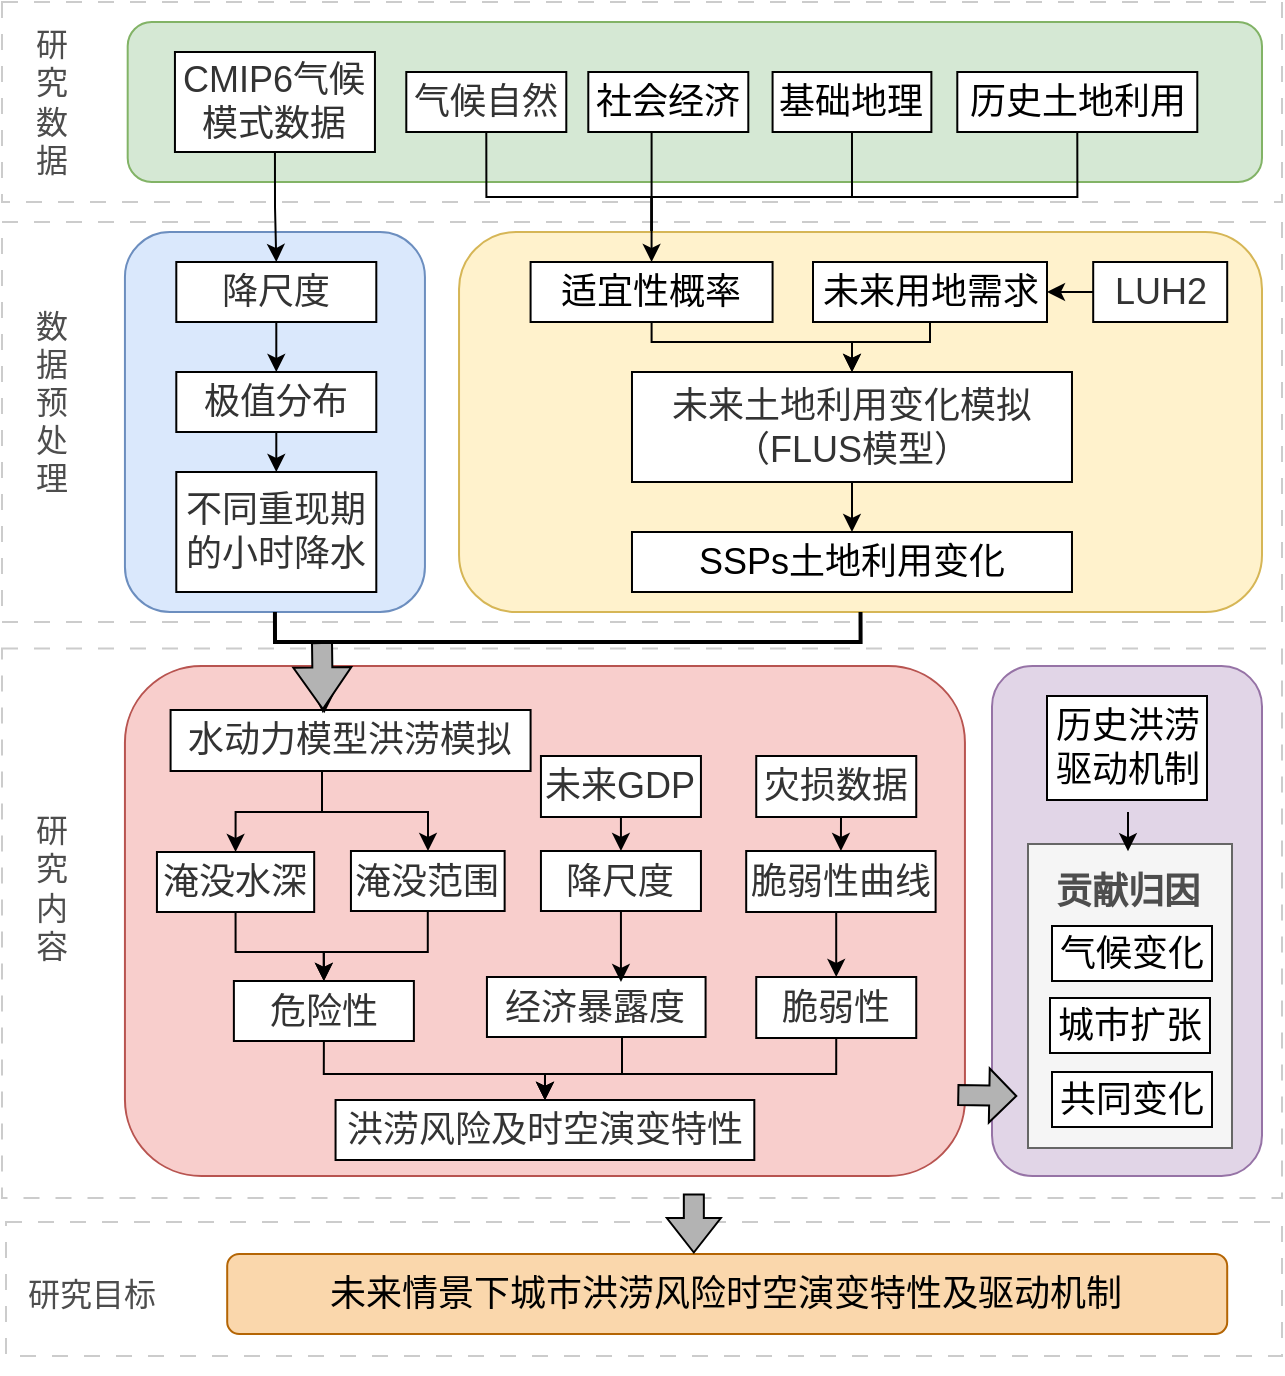
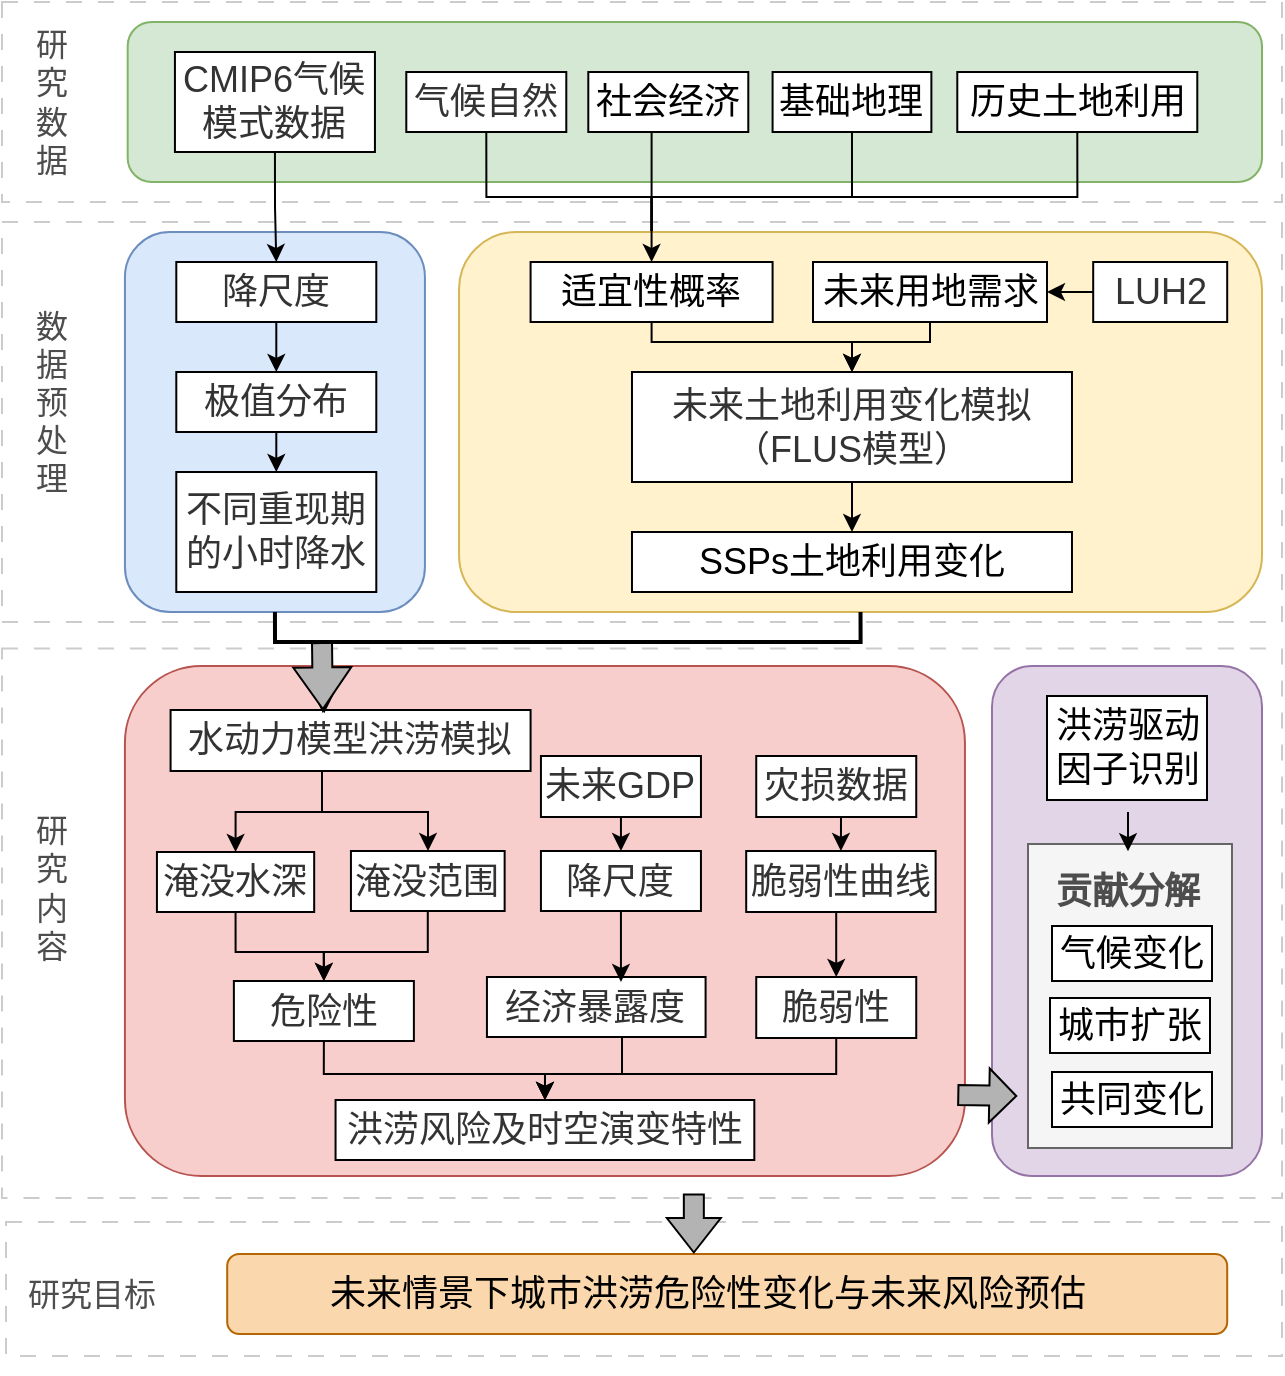
- <mxfile host="app.diagrams.net" agent="Mozilla/5.0 (Windows NT 10.0; Win64; x64) AppleWebKit/537.36 (KHTML, like Gecko) Chrome/149.0.0.0 Safari/537.36 Edg/149.0.0.0" version="29.2.9">
+ <mxfile host="app.diagrams.net" agent="Mozilla/5.0 (Windows NT 10.0; Win64; x64) AppleWebKit/537.36 (KHTML, like Gecko) Chrome/149.0.0.0 Safari/537.36 Edg/149.0.0.0">
  <diagram name="第 1 页" id="GIRBX1cZHoWsR3o6SZ2p">
-     <mxGraphModel dx="981" dy="850" grid="0" gridSize="10" guides="1" tooltips="1" connect="1" arrows="1" fold="1" page="1" pageScale="1" pageWidth="827" pageHeight="1169" math="0" shadow="0">
+     <mxGraphModel dx="652" dy="1014" grid="0" gridSize="10" guides="1" tooltips="1" connect="1" arrows="1" fold="1" page="1" pageScale="1" pageWidth="827" pageHeight="1169" math="0" shadow="0">
      <root>
        <mxCell id="0" />
        <mxCell id="1" parent="0" />
        <mxCell id="vKIhBbQLzx6cWCmgtxnz-135" parent="1" style="rounded=0;whiteSpace=wrap;html=1;dashed=1;dashPattern=8 8;strokeColor=#CCCCCC;" value="" vertex="1">
          <mxGeometry height="274.75" width="640" x="40" y="373.25" as="geometry" />
        </mxCell>
        <mxCell id="vKIhBbQLzx6cWCmgtxnz-133" parent="1" style="rounded=0;whiteSpace=wrap;html=1;dashed=1;dashPattern=8 8;strokeColor=#CCCCCC;" value="" vertex="1">
          <mxGeometry height="200" width="640" x="40" y="160" as="geometry" />
        </mxCell>
        <mxCell id="vKIhBbQLzx6cWCmgtxnz-128" parent="1" style="rounded=0;whiteSpace=wrap;html=1;dashed=1;dashPattern=8 8;strokeColor=#CCCCCC;" value="" vertex="1">
          <mxGeometry height="100" width="640" x="40" y="50" as="geometry" />
        </mxCell>
        <mxCell id="vKIhBbQLzx6cWCmgtxnz-93" parent="1" style="rounded=1;whiteSpace=wrap;html=1;fillColor=#f8cecc;strokeColor=#b85450;" value="" vertex="1">
          <mxGeometry height="255" width="420" x="101.47" y="382" as="geometry" />
        </mxCell>
        <mxCell id="vKIhBbQLzx6cWCmgtxnz-1" parent="1" style="rounded=1;whiteSpace=wrap;html=1;fontFamily=Helvetica;fontSize=18;verticalAlign=top;fillColor=#d5e8d4;strokeColor=#82b366;" value="" vertex="1">
          <mxGeometry height="80" width="567.16" x="102.84" y="60" as="geometry" />
        </mxCell>
        <mxCell id="vKIhBbQLzx6cWCmgtxnz-56" edge="1" parent="1" source="vKIhBbQLzx6cWCmgtxnz-2" style="edgeStyle=orthogonalEdgeStyle;rounded=0;orthogonalLoop=1;jettySize=auto;html=1;exitX=0.5;exitY=1;exitDx=0;exitDy=0;entryX=0.5;entryY=0;entryDx=0;entryDy=0;" target="vKIhBbQLzx6cWCmgtxnz-36">
          <mxGeometry relative="1" as="geometry" />
        </mxCell>
        <mxCell id="vKIhBbQLzx6cWCmgtxnz-2" parent="1" style="text;html=1;whiteSpace=wrap;align=center;verticalAlign=middle;rounded=0;fontSize=18;labelBorderColor=none;fillColor=default;strokeColor=default;" value="基础地理" vertex="1">
          <mxGeometry height="30" width="79.4" x="425.2900000000001" y="85" as="geometry" />
        </mxCell>
        <mxCell id="vKIhBbQLzx6cWCmgtxnz-3" parent="1" style="text;html=1;whiteSpace=wrap;align=center;verticalAlign=middle;rounded=0;fontSize=18;fillColor=#FFFFFF;fontColor=#333333;strokeColor=light-dark(#000000, #959595);" value="CMIP6气候模式数据" vertex="1">
          <mxGeometry height="50" width="100" x="126.47" y="75" as="geometry" />
        </mxCell>
        <mxCell id="vKIhBbQLzx6cWCmgtxnz-55" edge="1" parent="1" source="vKIhBbQLzx6cWCmgtxnz-5" style="edgeStyle=orthogonalEdgeStyle;rounded=0;orthogonalLoop=1;jettySize=auto;html=1;exitX=0.5;exitY=1;exitDx=0;exitDy=0;entryX=0.5;entryY=0;entryDx=0;entryDy=0;" target="vKIhBbQLzx6cWCmgtxnz-36">
          <mxGeometry relative="1" as="geometry">
            <Array as="points">
              <mxPoint x="365" y="115" />
            </Array>
          </mxGeometry>
        </mxCell>
        <mxCell id="vKIhBbQLzx6cWCmgtxnz-5" parent="1" style="text;html=1;whiteSpace=wrap;strokeColor=default;fillColor=default;align=center;verticalAlign=middle;rounded=0;fontSize=18;" value="社会经济" vertex="1">
          <mxGeometry height="30" width="80" x="333.15" y="85" as="geometry" />
        </mxCell>
        <mxCell id="vKIhBbQLzx6cWCmgtxnz-57" edge="1" parent="1" source="vKIhBbQLzx6cWCmgtxnz-6" style="edgeStyle=orthogonalEdgeStyle;rounded=0;orthogonalLoop=1;jettySize=auto;html=1;exitX=0.5;exitY=1;exitDx=0;exitDy=0;entryX=0.5;entryY=0;entryDx=0;entryDy=0;" target="vKIhBbQLzx6cWCmgtxnz-36">
          <mxGeometry relative="1" as="geometry" />
        </mxCell>
        <mxCell id="vKIhBbQLzx6cWCmgtxnz-6" parent="1" style="text;html=1;whiteSpace=wrap;strokeColor=default;fillColor=default;align=center;verticalAlign=middle;rounded=0;fontSize=18;" value="历史土地利用" vertex="1">
          <mxGeometry height="30" width="120" x="517.6500000000001" y="85" as="geometry" />
        </mxCell>
        <mxCell id="vKIhBbQLzx6cWCmgtxnz-17" parent="1" style="rounded=1;whiteSpace=wrap;html=1;fillColor=#dae8fc;strokeColor=#6c8ebf;" value="" vertex="1">
          <mxGeometry height="190" width="150" x="101.47" y="165" as="geometry" />
        </mxCell>
        <mxCell id="vKIhBbQLzx6cWCmgtxnz-23" edge="1" parent="1" source="vKIhBbQLzx6cWCmgtxnz-20" style="edgeStyle=orthogonalEdgeStyle;rounded=0;orthogonalLoop=1;jettySize=auto;html=1;exitX=0.5;exitY=1;exitDx=0;exitDy=0;entryX=0.5;entryY=0;entryDx=0;entryDy=0;" target="vKIhBbQLzx6cWCmgtxnz-21">
          <mxGeometry relative="1" as="geometry" />
        </mxCell>
        <mxCell id="vKIhBbQLzx6cWCmgtxnz-20" parent="1" style="text;html=1;whiteSpace=wrap;align=center;verticalAlign=middle;rounded=0;fontSize=18;fillColor=#FFFFFF;fontColor=#333333;strokeColor=light-dark(#000000, #959595);" value="降尺度" vertex="1">
          <mxGeometry height="30" width="100" x="127.15" y="180" as="geometry" />
        </mxCell>
        <mxCell id="vKIhBbQLzx6cWCmgtxnz-27" edge="1" parent="1" source="vKIhBbQLzx6cWCmgtxnz-21" style="edgeStyle=orthogonalEdgeStyle;rounded=0;orthogonalLoop=1;jettySize=auto;html=1;exitX=0.5;exitY=1;exitDx=0;exitDy=0;entryX=0.5;entryY=0;entryDx=0;entryDy=0;" target="vKIhBbQLzx6cWCmgtxnz-24">
          <mxGeometry relative="1" as="geometry" />
        </mxCell>
        <mxCell id="vKIhBbQLzx6cWCmgtxnz-21" parent="1" style="text;html=1;whiteSpace=wrap;align=center;verticalAlign=middle;rounded=0;fontSize=18;fillColor=#FFFFFF;fontColor=#333333;strokeColor=light-dark(#000000, #959595);" value="极值分布" vertex="1">
          <mxGeometry height="30" width="100" x="127.15" y="235" as="geometry" />
        </mxCell>
        <mxCell id="vKIhBbQLzx6cWCmgtxnz-24" parent="1" style="text;html=1;whiteSpace=wrap;align=center;verticalAlign=middle;rounded=0;fontSize=18;fillColor=#FFFFFF;fontColor=#333333;strokeColor=light-dark(#000000, #959595);" value="不同重现期的小时降水" vertex="1">
          <mxGeometry height="60" width="100" x="127.15" y="285" as="geometry" />
        </mxCell>
        <mxCell id="vKIhBbQLzx6cWCmgtxnz-29" edge="1" parent="1" source="vKIhBbQLzx6cWCmgtxnz-3" style="edgeStyle=orthogonalEdgeStyle;rounded=0;orthogonalLoop=1;jettySize=auto;html=1;exitX=0.5;exitY=1;exitDx=0;exitDy=0;entryX=0.5;entryY=0;entryDx=0;entryDy=0;" target="vKIhBbQLzx6cWCmgtxnz-20">
          <mxGeometry relative="1" as="geometry" />
        </mxCell>
        <mxCell id="vKIhBbQLzx6cWCmgtxnz-30" parent="1" style="rounded=1;whiteSpace=wrap;html=1;fillColor=#fff2cc;strokeColor=#d6b656;" value="" vertex="1">
          <mxGeometry height="190" width="401.48" x="268.52" y="165" as="geometry" />
        </mxCell>
        <mxCell id="vKIhBbQLzx6cWCmgtxnz-49" edge="1" parent="1" source="vKIhBbQLzx6cWCmgtxnz-33" style="edgeStyle=orthogonalEdgeStyle;rounded=0;orthogonalLoop=1;jettySize=auto;html=1;exitX=0.5;exitY=1;exitDx=0;exitDy=0;entryX=0.5;entryY=0;entryDx=0;entryDy=0;" target="vKIhBbQLzx6cWCmgtxnz-46">
          <mxGeometry relative="1" as="geometry" />
        </mxCell>
        <mxCell id="vKIhBbQLzx6cWCmgtxnz-33" parent="1" style="text;html=1;whiteSpace=wrap;align=center;verticalAlign=middle;rounded=0;fontSize=18;fillColor=default;fontColor=#333333;strokeColor=default;" value="未来土地利用变化模拟（FLUS模型）" vertex="1">
          <mxGeometry height="55" width="220" x="354.99" y="235" as="geometry" />
        </mxCell>
        <mxCell id="vKIhBbQLzx6cWCmgtxnz-45" edge="1" parent="1" source="vKIhBbQLzx6cWCmgtxnz-36" style="edgeStyle=orthogonalEdgeStyle;rounded=0;orthogonalLoop=1;jettySize=auto;html=1;" target="vKIhBbQLzx6cWCmgtxnz-33" value="">
          <mxGeometry relative="1" as="geometry">
            <Array as="points">
              <mxPoint x="365" y="220" />
              <mxPoint x="465" y="220" />
            </Array>
          </mxGeometry>
        </mxCell>
        <mxCell id="vKIhBbQLzx6cWCmgtxnz-36" parent="1" style="text;html=1;whiteSpace=wrap;strokeColor=default;fillColor=default;align=center;verticalAlign=middle;rounded=0;fontSize=18;" value="适宜性概率" vertex="1">
          <mxGeometry height="30" width="121" x="304.28999999999996" y="180" as="geometry" />
        </mxCell>
        <mxCell id="vKIhBbQLzx6cWCmgtxnz-46" parent="1" style="text;html=1;whiteSpace=wrap;strokeColor=default;fillColor=default;align=center;verticalAlign=middle;rounded=0;fontSize=18;" value="SSPs土地利用变化" vertex="1">
          <mxGeometry height="30" width="220" x="354.99" y="315" as="geometry" />
        </mxCell>
        <mxCell id="vKIhBbQLzx6cWCmgtxnz-76" edge="1" parent="1" source="vKIhBbQLzx6cWCmgtxnz-50" style="edgeStyle=orthogonalEdgeStyle;rounded=0;orthogonalLoop=1;jettySize=auto;html=1;exitX=0.5;exitY=1;exitDx=0;exitDy=0;" target="vKIhBbQLzx6cWCmgtxnz-66">
          <mxGeometry relative="1" as="geometry">
            <Array as="points">
              <mxPoint x="200" y="435" />
              <mxPoint x="200" y="455" />
              <mxPoint x="253" y="455" />
            </Array>
          </mxGeometry>
        </mxCell>
        <mxCell id="XN7FujfKjPppIGsXKuBH-62" edge="1" parent="1" source="vKIhBbQLzx6cWCmgtxnz-50" style="edgeStyle=orthogonalEdgeStyle;rounded=0;orthogonalLoop=1;jettySize=auto;html=1;exitX=0.5;exitY=1;exitDx=0;exitDy=0;entryX=0.5;entryY=0;entryDx=0;entryDy=0;" target="vKIhBbQLzx6cWCmgtxnz-65">
          <mxGeometry relative="1" as="geometry">
            <Array as="points">
              <mxPoint x="200" y="435" />
              <mxPoint x="200" y="455" />
              <mxPoint x="157" y="455" />
            </Array>
          </mxGeometry>
        </mxCell>
        <mxCell id="vKIhBbQLzx6cWCmgtxnz-50" parent="1" style="text;html=1;whiteSpace=wrap;align=center;verticalAlign=middle;rounded=0;fontSize=18;fillColor=#FFFFFF;fontColor=#333333;strokeColor=light-dark(#000000, #959595);" value="水动力模型洪涝模拟" vertex="1">
          <mxGeometry height="30.5" width="180" x="124.29" y="404" as="geometry" />
        </mxCell>
        <mxCell id="vKIhBbQLzx6cWCmgtxnz-54" edge="1" parent="1" source="vKIhBbQLzx6cWCmgtxnz-4" style="edgeStyle=orthogonalEdgeStyle;rounded=0;orthogonalLoop=1;jettySize=auto;html=1;exitX=0.5;exitY=1;exitDx=0;exitDy=0;entryX=0.5;entryY=0;entryDx=0;entryDy=0;" target="vKIhBbQLzx6cWCmgtxnz-36">
          <mxGeometry relative="1" as="geometry" />
        </mxCell>
        <mxCell id="vKIhBbQLzx6cWCmgtxnz-4" parent="1" style="text;html=1;whiteSpace=wrap;align=center;verticalAlign=middle;rounded=0;fontSize=18;fillColor=default;fontColor=#333333;strokeColor=default;" value="气候自然" vertex="1">
          <mxGeometry height="30" width="80" x="242.15" y="85" as="geometry" />
        </mxCell>
        <mxCell id="XN7FujfKjPppIGsXKuBH-40" edge="1" parent="1" source="vKIhBbQLzx6cWCmgtxnz-61" style="edgeStyle=orthogonalEdgeStyle;rounded=0;orthogonalLoop=1;jettySize=auto;html=1;exitX=0.5;exitY=1;exitDx=0;exitDy=0;entryX=0.5;entryY=0;entryDx=0;entryDy=0;" target="vKIhBbQLzx6cWCmgtxnz-64">
          <mxGeometry relative="1" as="geometry">
            <Array as="points">
              <mxPoint x="201" y="586" />
              <mxPoint x="312" y="586" />
            </Array>
          </mxGeometry>
        </mxCell>
        <mxCell id="vKIhBbQLzx6cWCmgtxnz-61" parent="1" style="text;html=1;whiteSpace=wrap;align=center;verticalAlign=middle;rounded=0;fontSize=18;fillColor=#FFFFFF;fontColor=#333333;strokeColor=light-dark(#000000, #959595);" value="危险性" vertex="1">
          <mxGeometry height="30" width="90" x="155.94" y="539.5" as="geometry" />
        </mxCell>
        <mxCell id="XN7FujfKjPppIGsXKuBH-45" edge="1" parent="1" source="vKIhBbQLzx6cWCmgtxnz-63" style="edgeStyle=orthogonalEdgeStyle;rounded=0;orthogonalLoop=1;jettySize=auto;html=1;exitX=0.5;exitY=1;exitDx=0;exitDy=0;entryX=0.5;entryY=0;entryDx=0;entryDy=0;" target="vKIhBbQLzx6cWCmgtxnz-64">
          <mxGeometry relative="1" as="geometry">
            <Array as="points">
              <mxPoint x="350" y="568" />
              <mxPoint x="350" y="586" />
              <mxPoint x="312" y="586" />
            </Array>
          </mxGeometry>
        </mxCell>
        <mxCell id="vKIhBbQLzx6cWCmgtxnz-63" parent="1" style="text;html=1;whiteSpace=wrap;align=center;verticalAlign=middle;rounded=0;fontSize=18;fillColor=#FFFFFF;fontColor=#333333;strokeColor=light-dark(#000000, #959595);" value="经济暴露度" vertex="1">
          <mxGeometry height="30" width="109.32" x="282.4700000000001" y="537.5" as="geometry" />
        </mxCell>
        <mxCell id="vKIhBbQLzx6cWCmgtxnz-64" parent="1" style="text;html=1;whiteSpace=wrap;align=center;verticalAlign=middle;rounded=0;fontSize=18;fillColor=#FFFFFF;fontColor=#333333;strokeColor=light-dark(#000000, #959595);" value="洪涝风险及时空演变特性" vertex="1">
          <mxGeometry height="30" width="209.38" x="206.78" y="599" as="geometry" />
        </mxCell>
        <mxCell id="vKIhBbQLzx6cWCmgtxnz-100" edge="1" parent="1" source="vKIhBbQLzx6cWCmgtxnz-65" style="edgeStyle=orthogonalEdgeStyle;rounded=0;orthogonalLoop=1;jettySize=auto;html=1;exitX=0.5;exitY=1;exitDx=0;exitDy=0;entryX=0.5;entryY=0;entryDx=0;entryDy=0;" target="vKIhBbQLzx6cWCmgtxnz-61">
          <mxGeometry relative="1" as="geometry" />
        </mxCell>
        <mxCell id="vKIhBbQLzx6cWCmgtxnz-65" parent="1" style="text;html=1;whiteSpace=wrap;align=center;verticalAlign=middle;rounded=0;fontSize=18;fillColor=#FFFFFF;fontColor=#333333;strokeColor=light-dark(#000000, #959595);" value="淹没水深" vertex="1">
          <mxGeometry height="30" width="78.62" x="117.47" y="475" as="geometry" />
        </mxCell>
        <mxCell id="XN7FujfKjPppIGsXKuBH-14" edge="1" parent="1" source="vKIhBbQLzx6cWCmgtxnz-66" style="edgeStyle=orthogonalEdgeStyle;rounded=0;orthogonalLoop=1;jettySize=auto;html=1;exitX=0.5;exitY=1;exitDx=0;exitDy=0;entryX=0.5;entryY=0;entryDx=0;entryDy=0;" target="vKIhBbQLzx6cWCmgtxnz-61">
          <mxGeometry relative="1" as="geometry">
            <Array as="points">
              <mxPoint x="253" y="525" />
              <mxPoint x="201" y="525" />
            </Array>
          </mxGeometry>
        </mxCell>
        <mxCell id="vKIhBbQLzx6cWCmgtxnz-66" parent="1" style="text;html=1;whiteSpace=wrap;align=center;verticalAlign=middle;rounded=0;fontSize=18;fillColor=#FFFFFF;fontColor=#333333;strokeColor=light-dark(#000000, #959595);" value="淹没范围" vertex="1">
          <mxGeometry height="30" width="76.85" x="214.47000000000003" y="474.5" as="geometry" />
        </mxCell>
        <mxCell id="vKIhBbQLzx6cWCmgtxnz-105" parent="1" style="rounded=1;whiteSpace=wrap;html=1;fillColor=#e1d5e7;strokeColor=#9673a6;" value="" vertex="1">
          <mxGeometry height="255" width="135" x="535" y="382" as="geometry" />
        </mxCell>
        <mxCell id="vKIhBbQLzx6cWCmgtxnz-116" parent="1" style="text;html=1;whiteSpace=wrap;strokeColor=#666666;fillColor=#f5f5f5;align=center;verticalAlign=middle;rounded=0;fontSize=18;fontColor=#333333;labelPosition=center;verticalLabelPosition=middle;" value="" vertex="1">
          <mxGeometry height="152" width="102" x="553" y="471" as="geometry" />
        </mxCell>
        <mxCell id="vKIhBbQLzx6cWCmgtxnz-120" edge="1" parent="1" style="shape=flexArrow;endArrow=classic;html=1;rounded=0;endWidth=16;endSize=4.17;fillColor=#B3B3B3;" value="">
          <mxGeometry height="50" relative="1" width="50" as="geometry">
            <mxPoint x="517.65" y="596.5" as="sourcePoint" />
            <mxPoint x="547.65" y="597" as="targetPoint" />
          </mxGeometry>
        </mxCell>
        <mxCell id="vKIhBbQLzx6cWCmgtxnz-131" parent="1" style="text;html=1;whiteSpace=wrap;strokeColor=none;fillColor=none;align=center;verticalAlign=middle;rounded=0;fontSize=16;fontColor=#4D4D4D;" value="研究数据" vertex="1">
          <mxGeometry height="80" width="30" x="50" y="60" as="geometry" />
        </mxCell>
        <mxCell id="vKIhBbQLzx6cWCmgtxnz-134" parent="1" style="text;html=1;whiteSpace=wrap;strokeColor=none;fillColor=none;align=center;verticalAlign=middle;rounded=0;fontSize=16;fontColor=#4D4D4D;" value="数据预处理" vertex="1">
          <mxGeometry height="80" width="30" x="50" y="210" as="geometry" />
        </mxCell>
        <mxCell id="vKIhBbQLzx6cWCmgtxnz-136" parent="1" style="text;html=1;whiteSpace=wrap;strokeColor=none;fillColor=none;align=center;verticalAlign=middle;rounded=0;fontSize=16;fontColor=#4D4D4D;" value="研究内容" vertex="1">
          <mxGeometry height="80" width="30" x="50" y="452.5" as="geometry" />
        </mxCell>
        <mxCell id="vKIhBbQLzx6cWCmgtxnz-139" parent="1" style="rounded=0;whiteSpace=wrap;html=1;dashed=1;dashPattern=8 8;strokeColor=#CCCCCC;" value="" vertex="1">
          <mxGeometry height="67" width="638" x="42" y="660" as="geometry" />
        </mxCell>
        <mxCell id="vKIhBbQLzx6cWCmgtxnz-140" parent="1" style="text;html=1;whiteSpace=wrap;strokeColor=none;fillColor=none;align=center;verticalAlign=middle;rounded=0;fontSize=16;fontColor=#4D4D4D;" value="研究目标" vertex="1">
          <mxGeometry height="80" width="70" x="50" y="656" as="geometry" />
        </mxCell>
        <mxCell id="vKIhBbQLzx6cWCmgtxnz-141" parent="1" style="rounded=1;whiteSpace=wrap;html=1;fillColor=#fad7ac;strokeColor=#b46504;" value="" vertex="1">
          <mxGeometry height="40" width="500" x="152.6" y="676" as="geometry" />
        </mxCell>
-         <mxCell id="vKIhBbQLzx6cWCmgtxnz-142" parent="1" style="text;whiteSpace=wrap;html=1;fillColor=none;fontColor=default;labelBackgroundColor=none;" value="&lt;div style=&quot;text-align: center;&quot;&gt;&lt;span style=&quot;font-size: 18px;&quot;&gt;未来情景下城市洪涝风险时空演变特性及驱动机制&lt;/span&gt;&lt;/div&gt;&lt;div style=&quot;text-align: center;&quot;&gt;&lt;br&gt;&lt;/div&gt;" vertex="1">
+         <mxCell id="vKIhBbQLzx6cWCmgtxnz-142" parent="1" style="text;whiteSpace=wrap;html=1;fillColor=none;fontColor=default;labelBackgroundColor=none;" value="&lt;div style=&quot;text-align: center;&quot;&gt;&lt;span style=&quot;font-size: 18px;&quot;&gt;未来情景下城市洪涝&lt;/span&gt;&lt;span style=&quot;background-color: transparent; text-align: left; font-size: 18px;&quot;&gt;危险性变化与未来风险预估&lt;/span&gt;&lt;/div&gt;&lt;div style=&quot;text-align: center;&quot;&gt;&lt;br&gt;&lt;/div&gt;" vertex="1">
          <mxGeometry height="35" width="401.2" x="202" y="678.5" as="geometry" />
        </mxCell>
        <mxCell id="XN7FujfKjPppIGsXKuBH-5" edge="1" parent="1" source="oG1HEA1CnQstEO-4h2Ap-2" style="edgeStyle=orthogonalEdgeStyle;rounded=0;orthogonalLoop=1;jettySize=auto;html=1;exitX=0.5;exitY=1;exitDx=0;exitDy=0;entryX=0.5;entryY=0;entryDx=0;entryDy=0;" target="XN7FujfKjPppIGsXKuBH-1">
          <mxGeometry relative="1" as="geometry" />
        </mxCell>
        <mxCell id="oG1HEA1CnQstEO-4h2Ap-2" parent="1" style="text;html=1;whiteSpace=wrap;align=center;verticalAlign=middle;rounded=0;fontSize=18;fillColor=#FFFFFF;fontColor=#333333;strokeColor=light-dark(#000000, #959595);" value="未来GDP" vertex="1">
          <mxGeometry height="30.5" width="80" x="309.47" y="427" as="geometry" />
        </mxCell>
        <mxCell id="XN7FujfKjPppIGsXKuBH-1" parent="1" style="text;html=1;whiteSpace=wrap;align=center;verticalAlign=middle;rounded=0;fontSize=18;fillColor=#FFFFFF;fontColor=#333333;strokeColor=light-dark(#000000, #959595);" value="降尺度" vertex="1">
          <mxGeometry height="30" width="80" x="309.47" y="474.5" as="geometry" />
        </mxCell>
        <mxCell id="XN7FujfKjPppIGsXKuBH-9" edge="1" parent="1" source="XN7FujfKjPppIGsXKuBH-1" style="edgeStyle=orthogonalEdgeStyle;rounded=0;orthogonalLoop=1;jettySize=auto;html=1;exitX=0.5;exitY=1;exitDx=0;exitDy=0;entryX=0.613;entryY=0.083;entryDx=0;entryDy=0;entryPerimeter=0;" target="vKIhBbQLzx6cWCmgtxnz-63">
          <mxGeometry relative="1" as="geometry" />
        </mxCell>
        <mxCell id="XN7FujfKjPppIGsXKuBH-44" edge="1" parent="1" source="XN7FujfKjPppIGsXKuBH-10" style="edgeStyle=orthogonalEdgeStyle;rounded=0;orthogonalLoop=1;jettySize=auto;html=1;exitX=0.5;exitY=1;exitDx=0;exitDy=0;entryX=0.5;entryY=0;entryDx=0;entryDy=0;" target="vKIhBbQLzx6cWCmgtxnz-64">
          <mxGeometry relative="1" as="geometry">
            <Array as="points">
              <mxPoint x="457" y="586" />
              <mxPoint x="312" y="586" />
            </Array>
          </mxGeometry>
        </mxCell>
        <mxCell id="XN7FujfKjPppIGsXKuBH-10" parent="1" style="text;html=1;whiteSpace=wrap;align=center;verticalAlign=middle;rounded=0;fontSize=18;fillColor=#FFFFFF;fontColor=#333333;strokeColor=light-dark(#000000, #959595);" value="脆弱性" vertex="1">
          <mxGeometry height="30.5" width="80" x="417.12" y="537.5" as="geometry" />
        </mxCell>
        <mxCell id="XN7FujfKjPppIGsXKuBH-16" edge="1" parent="1" source="XN7FujfKjPppIGsXKuBH-11" style="edgeStyle=orthogonalEdgeStyle;rounded=0;orthogonalLoop=1;jettySize=auto;html=1;exitX=0.5;exitY=1;exitDx=0;exitDy=0;entryX=0.5;entryY=0;entryDx=0;entryDy=0;" target="XN7FujfKjPppIGsXKuBH-10">
          <mxGeometry relative="1" as="geometry" />
        </mxCell>
        <mxCell id="XN7FujfKjPppIGsXKuBH-11" parent="1" style="text;html=1;whiteSpace=wrap;align=center;verticalAlign=middle;rounded=0;fontSize=18;fillColor=#FFFFFF;fontColor=#333333;strokeColor=light-dark(#000000, #959595);" value="脆弱性曲线" vertex="1">
          <mxGeometry height="30.5" width="94.71" x="412.1000000000001" y="474.5" as="geometry" />
        </mxCell>
        <mxCell id="XN7FujfKjPppIGsXKuBH-15" edge="1" parent="1" source="XN7FujfKjPppIGsXKuBH-12" style="edgeStyle=orthogonalEdgeStyle;rounded=0;orthogonalLoop=1;jettySize=auto;html=1;exitX=0.5;exitY=1;exitDx=0;exitDy=0;entryX=0.5;entryY=0;entryDx=0;entryDy=0;" target="XN7FujfKjPppIGsXKuBH-11">
          <mxGeometry relative="1" as="geometry" />
        </mxCell>
        <mxCell id="XN7FujfKjPppIGsXKuBH-12" parent="1" style="text;html=1;whiteSpace=wrap;align=center;verticalAlign=middle;rounded=0;fontSize=18;fillColor=#FFFFFF;fontColor=#333333;strokeColor=light-dark(#000000, #959595);" value="灾损数据" vertex="1">
          <mxGeometry height="30.5" width="80" x="417.12" y="427" as="geometry" />
        </mxCell>
        <mxCell id="XN7FujfKjPppIGsXKuBH-34" edge="1" parent="1" style="shape=flexArrow;endArrow=classic;html=1;rounded=0;endWidth=16;endSize=5.4;fillColor=#B3B3B3;width=10;" value="">
          <mxGeometry height="50" relative="1" width="50" as="geometry">
            <mxPoint x="385.92" y="645.75" as="sourcePoint" />
            <mxPoint x="385.92" y="675.75" as="targetPoint" />
          </mxGeometry>
        </mxCell>
-         <mxCell id="vKIhBbQLzx6cWCmgtxnz-110" parent="1" style="text;html=1;whiteSpace=wrap;strokeColor=default;fillColor=default;align=center;verticalAlign=middle;rounded=0;fontSize=18;" value="历史洪涝驱动机制" vertex="1">
+         <mxCell id="vKIhBbQLzx6cWCmgtxnz-110" parent="1" style="text;html=1;whiteSpace=wrap;strokeColor=default;fillColor=default;align=center;verticalAlign=middle;rounded=0;fontSize=18;" value="洪涝驱动因子识别" vertex="1">
          <mxGeometry height="52" width="80" x="562.5" y="397" as="geometry" />
        </mxCell>
        <mxCell id="XN7FujfKjPppIGsXKuBH-59" edge="1" parent="1" source="XN7FujfKjPppIGsXKuBH-55" style="edgeStyle=orthogonalEdgeStyle;rounded=0;orthogonalLoop=1;jettySize=auto;html=1;exitX=0;exitY=0.5;exitDx=0;exitDy=0;entryX=1;entryY=0.5;entryDx=0;entryDy=0;" target="XN7FujfKjPppIGsXKuBH-58">
          <mxGeometry relative="1" as="geometry" />
        </mxCell>
        <mxCell id="XN7FujfKjPppIGsXKuBH-55" parent="1" style="text;html=1;whiteSpace=wrap;align=center;verticalAlign=middle;rounded=0;fontSize=18;fillColor=#FFFFFF;fontColor=#333333;strokeColor=light-dark(#000000, #959595);" value="LUH2" vertex="1">
          <mxGeometry height="30" width="67" x="585.6" y="180" as="geometry" />
        </mxCell>
        <mxCell id="XN7FujfKjPppIGsXKuBH-60" edge="1" parent="1" source="XN7FujfKjPppIGsXKuBH-58" style="edgeStyle=orthogonalEdgeStyle;rounded=0;orthogonalLoop=1;jettySize=auto;html=1;exitX=0.5;exitY=1;exitDx=0;exitDy=0;entryX=0.5;entryY=0;entryDx=0;entryDy=0;" target="vKIhBbQLzx6cWCmgtxnz-33">
          <mxGeometry relative="1" as="geometry">
            <Array as="points">
              <mxPoint x="504" y="220" />
              <mxPoint x="465" y="220" />
            </Array>
          </mxGeometry>
        </mxCell>
        <mxCell id="XN7FujfKjPppIGsXKuBH-58" parent="1" style="text;html=1;whiteSpace=wrap;align=center;verticalAlign=middle;rounded=0;fontSize=18;fillColor=#FFFFFF;fontColor=#333333;strokeColor=light-dark(#000000, #959595);" value="&lt;span style=&quot;color: rgb(0, 0, 0);&quot;&gt;未来用地需求&lt;/span&gt;" vertex="1">
          <mxGeometry height="30" width="117" x="445.5" y="180" as="geometry" />
        </mxCell>
        <mxCell id="XN7FujfKjPppIGsXKuBH-64" edge="1" parent="1" source="vKIhBbQLzx6cWCmgtxnz-17" style="edgeStyle=orthogonalEdgeStyle;rounded=0;orthogonalLoop=1;jettySize=auto;html=1;exitX=0.5;exitY=1;exitDx=0;exitDy=0;entryX=0.427;entryY=0.052;entryDx=0;entryDy=0;entryPerimeter=0;strokeWidth=2;" target="vKIhBbQLzx6cWCmgtxnz-50">
          <mxGeometry relative="1" as="geometry">
            <Array as="points">
              <mxPoint x="177" y="370" />
              <mxPoint x="201" y="370" />
            </Array>
          </mxGeometry>
        </mxCell>
        <mxCell id="XN7FujfKjPppIGsXKuBH-65" edge="1" parent="1" source="vKIhBbQLzx6cWCmgtxnz-30" style="edgeStyle=orthogonalEdgeStyle;rounded=0;orthogonalLoop=1;jettySize=auto;html=1;exitX=0.5;exitY=1;exitDx=0;exitDy=0;entryX=0.423;entryY=0.052;entryDx=0;entryDy=0;entryPerimeter=0;strokeWidth=2;" target="vKIhBbQLzx6cWCmgtxnz-50">
          <mxGeometry relative="1" as="geometry">
            <Array as="points">
              <mxPoint x="469" y="370" />
              <mxPoint x="200" y="370" />
            </Array>
          </mxGeometry>
        </mxCell>
        <mxCell id="vKIhBbQLzx6cWCmgtxnz-127" edge="1" parent="1" style="shape=flexArrow;endArrow=classic;html=1;rounded=0;endWidth=18;endSize=6.6;fillColor=#B3B3B3;width=10;" value="">
          <mxGeometry height="50" relative="1" width="50" as="geometry">
            <mxPoint x="200" y="370" as="sourcePoint" />
            <mxPoint x="200.44" y="404" as="targetPoint" />
          </mxGeometry>
        </mxCell>
        <mxCell id="njYjuDGYZTM-bLWZGobM-2" parent="1" style="text;html=1;whiteSpace=wrap;strokeColor=default;fillColor=default;align=center;verticalAlign=middle;rounded=0;fontSize=18;" value="气候变化" vertex="1">
          <mxGeometry height="27.5" width="80" x="565" y="512" as="geometry" />
        </mxCell>
        <mxCell id="njYjuDGYZTM-bLWZGobM-3" parent="1" style="text;html=1;whiteSpace=wrap;strokeColor=default;fillColor=default;align=center;verticalAlign=middle;rounded=0;fontSize=18;" value="&lt;div&gt;城市扩张&lt;/div&gt;" vertex="1">
          <mxGeometry height="27.5" width="80" x="564" y="548" as="geometry" />
        </mxCell>
        <mxCell id="njYjuDGYZTM-bLWZGobM-4" parent="1" style="text;html=1;whiteSpace=wrap;strokeColor=default;fillColor=default;align=center;verticalAlign=middle;rounded=0;fontSize=18;" value="共同变化" vertex="1">
          <mxGeometry height="27.5" width="80" x="565" y="585" as="geometry" />
        </mxCell>
-         <mxCell id="njYjuDGYZTM-bLWZGobM-5" parent="1" style="text;html=1;whiteSpace=wrap;strokeColor=none;fillColor=none;align=center;verticalAlign=middle;rounded=0;fontSize=18;fontColor=#4D4D4D;fontStyle=1" value="贡献归因" vertex="1">
+         <mxCell id="njYjuDGYZTM-bLWZGobM-5" parent="1" style="text;html=1;whiteSpace=wrap;strokeColor=none;fillColor=none;align=center;verticalAlign=middle;rounded=0;fontSize=18;fontColor=#4D4D4D;fontStyle=1" value="贡献分解" vertex="1">
          <mxGeometry height="80" width="84" x="561" y="455" as="geometry" />
        </mxCell>
        <mxCell id="njYjuDGYZTM-bLWZGobM-9" edge="1" parent="1" source="njYjuDGYZTM-bLWZGobM-5" style="edgeStyle=orthogonalEdgeStyle;rounded=0;orthogonalLoop=1;jettySize=auto;html=1;exitX=0.5;exitY=0;exitDx=0;exitDy=0;entryX=0.5;entryY=0.245;entryDx=0;entryDy=0;entryPerimeter=0;" target="njYjuDGYZTM-bLWZGobM-5">
          <mxGeometry relative="1" as="geometry" />
        </mxCell>
      </root>
    </mxGraphModel>
  </diagram>
</mxfile>
